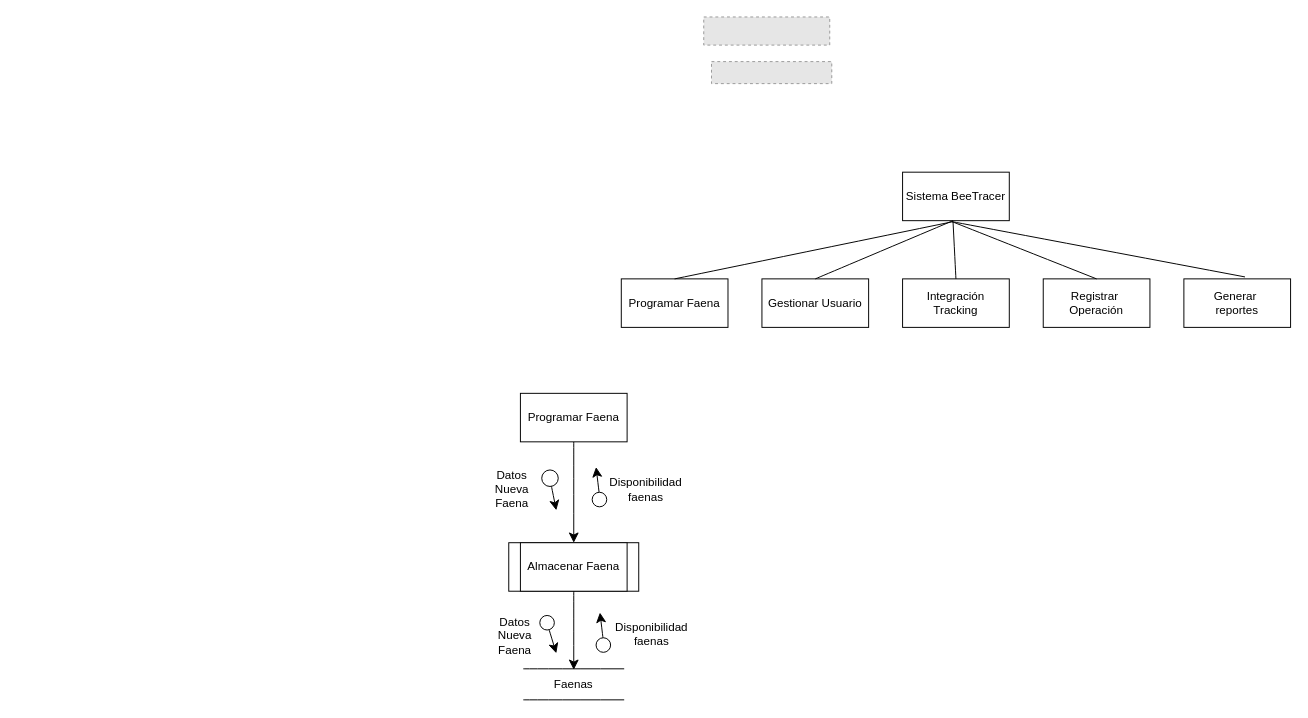
Before: Diagrama sin asd.drawio in Er0ZzZ/Tarea-1, a draw.io diagram. Source tidied: cells renumbered, new cells numbered last; positions are measured from the earlier drawing's top-left corner, leaving out a move shared by most shapes. Both pictures are drawn from the tidied source at 97%, with x=0, y=0 at pixel (487, 16). Pictures stored in the file or linked from it are replaced by grey dashed boxes.
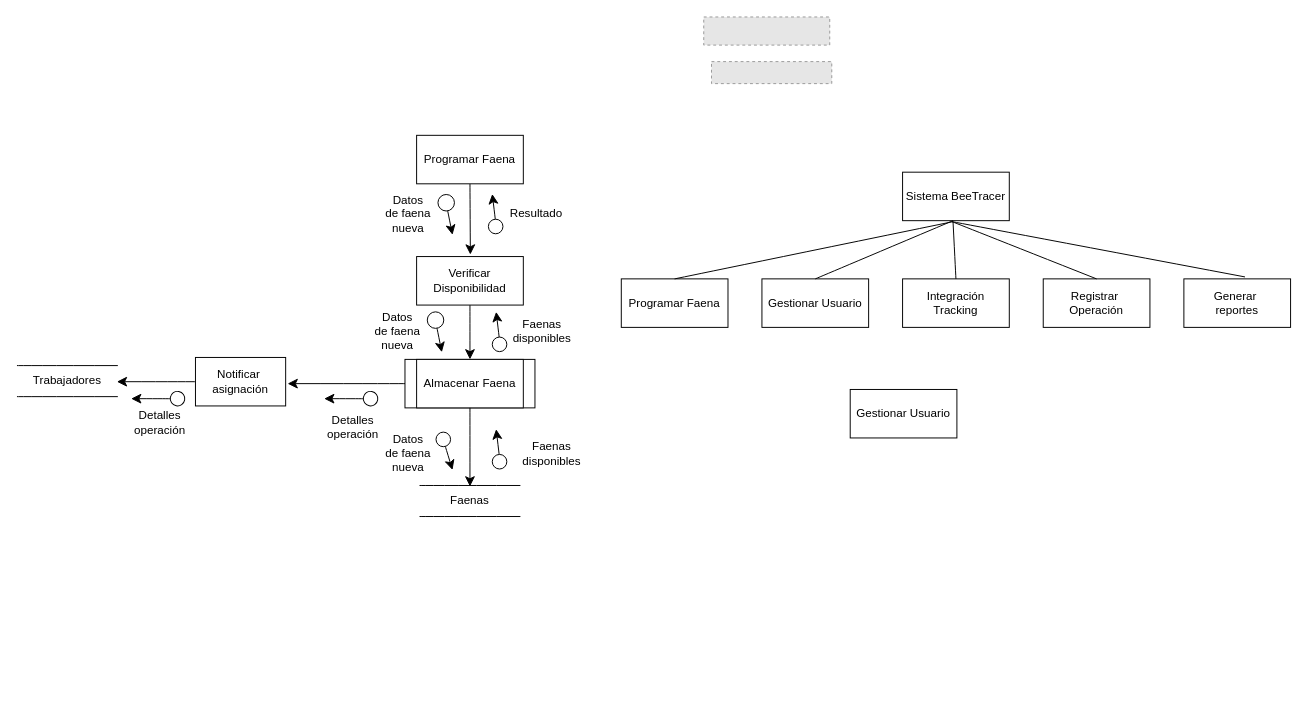
After the change.

Diff of the diagram source:
```diff
@@
+    <mxCell id="35" style="edgeStyle=none;curved=1;rounded=0;jettySize=auto;html=1;fontSize=12;startSize=8;endSize=8;" parent="1" edge="1" source="2">
+      <mxGeometry relative="1" as="geometry">
+        <mxPoint x="-206" y="378" as="targetPoint" />
+      </mxGeometry>
+    </mxCell>
     <mxCell id="2" style="rounded=0;whiteSpace=wrap;html=1;" parent="1" vertex="1">
-      <mxGeometry x="22" y="542" width="134" height="50" as="geometry" />
+      <mxGeometry x="-85" y="353" width="134" height="50" as="geometry" />
     </mxCell>
@@
-    <mxCell id="16" style="edgeStyle=none;curved=1;rounded=0;jettySize=auto;html=1;exitX=0.5;exitY=1;exitDx=0;exitDy=0;entryX=0.5;entryY=0;entryDx=0;entryDy=0;fontSize=12;startSize=8;endSize=8;" parent="1" edge="1" source="17" target="18">
-      <mxGeometry relative="1" as="geometry" />
-    </mxCell>
+    <mxCell id="36" style="edgeStyle=none;curved=1;rounded=0;jettySize=auto;html=1;exitX=0.5;exitY=1;exitDx=0;exitDy=0;fontSize=12;startSize=8;endSize=8;" parent="1" edge="1" source="17">
+      <mxGeometry relative="1" as="geometry">
+        <mxPoint x="-17.6" y="244.9" as="targetPoint" />
+      </mxGeometry>
+    </mxCell>
     <mxCell id="17" value="Programar Faena" style="html=1;whiteSpace=wrap;" parent="1" vertex="1">
-      <mxGeometry x="34" y="388" width="110" height="50" as="geometry" />
+      <mxGeometry x="-73" y="122" width="110" height="50" as="geometry" />
     </mxCell>
     <mxCell id="18" value="Almacenar Faena" style="html=1;whiteSpace=wrap;" parent="1" vertex="1">
-      <mxGeometry x="34" y="542" width="110" height="50" as="geometry" />
+      <mxGeometry x="-73" y="353" width="110" height="50" as="geometry" />
     </mxCell>
     <mxCell id="19" style="endArrow=none;html=1;rounded=0;fontSize=12;startSize=8;endSize=8;curved=1;" parent="1" edge="1">
       <mxGeometry relative="1" as="geometry">
-        <mxPoint x="37" y="672" as="sourcePoint" />
-        <mxPoint x="141" y="672" as="targetPoint" />
+        <mxPoint x="-70" y="483" as="sourcePoint" />
+        <mxPoint x="34" y="483" as="targetPoint" />
       </mxGeometry>
     </mxCell>
     <mxCell id="20" style="endArrow=none;html=1;rounded=0;fontSize=12;startSize=8;endSize=8;curved=1;" parent="1" edge="1">
       <mxGeometry relative="1" as="geometry">
-        <mxPoint x="37" y="704" as="sourcePoint" />
-        <mxPoint x="141" y="704" as="targetPoint" />
+        <mxPoint x="-70" y="515" as="sourcePoint" />
+        <mxPoint x="34" y="515" as="targetPoint" />
       </mxGeometry>
     </mxCell>
     <mxCell id="21" value="Faenas" style="text;html=1;whiteSpace=wrap;strokeColor=none;fillColor=none;align=center;verticalAlign=middle;rounded=0;" parent="1" vertex="1">
-      <mxGeometry x="59" y="673" width="60" height="30" as="geometry" />
+      <mxGeometry x="-48" y="484" width="60" height="30" as="geometry" />
     </mxCell>
@@
     <mxCell id="23" style="ellipse;whiteSpace=wrap;html=1;" parent="1" vertex="1">
-      <mxGeometry x="112" y="640" width="15" height="15" as="geometry" />
+      <mxGeometry x="5" y="451" width="15" height="15" as="geometry" />
     </mxCell>
     <mxCell id="24" style="endArrow=classic;html=1;rounded=0;fontSize=12;startSize=8;endSize=8;curved=1;" parent="1" edge="1">
       <mxGeometry relative="1" as="geometry">
-        <mxPoint x="119.1" y="640" as="sourcePoint" />
-        <mxPoint x="116" y="614" as="targetPoint" />
+        <mxPoint x="12.1" y="451" as="sourcePoint" />
+        <mxPoint x="9" y="425" as="targetPoint" />
       </mxGeometry>
     </mxCell>
     <mxCell id="25" style="edgeStyle=none;curved=1;rounded=0;jettySize=auto;html=1;fontSize=12;startSize=8;endSize=8;" parent="1" edge="1" source="26">
       <mxGeometry relative="1" as="geometry">
-        <mxPoint x="71" y="656" as="targetPoint" />
+        <mxPoint x="-36" y="467" as="targetPoint" />
       </mxGeometry>
     </mxCell>
     <mxCell id="26" style="ellipse;whiteSpace=wrap;html=1;" parent="1" vertex="1">
-      <mxGeometry x="54" y="617" width="15" height="15" as="geometry" />
+      <mxGeometry x="-53" y="428" width="15" height="15" as="geometry" />
     </mxCell>
-    <mxCell id="27" value="Datos Nueva Faena" style="text;html=1;whiteSpace=wrap;strokeColor=none;fillColor=none;align=center;verticalAlign=middle;rounded=0;" parent="1" vertex="1">
-      <mxGeometry x="3" y="628" width="51" height="20" as="geometry" />
-    </mxCell>
-    <mxCell id="28" value="Disponibilidad faenas" style="text;html=1;whiteSpace=wrap;strokeColor=none;fillColor=none;align=center;verticalAlign=middle;rounded=0;" parent="1" vertex="1">
-      <mxGeometry x="144" y="626" width="51" height="20" as="geometry" />
-    </mxCell>
-    <mxCell id="29" value="Disponibilidad faenas" style="text;html=1;whiteSpace=wrap;strokeColor=none;fillColor=none;align=center;verticalAlign=middle;rounded=0;" parent="1" vertex="1">
-      <mxGeometry x="138" y="477" width="51" height="20" as="geometry" />
-    </mxCell>
     <mxCell id="30" style="ellipse;whiteSpace=wrap;html=1;" parent="1" vertex="1">
-      <mxGeometry x="108" y="490" width="15" height="15" as="geometry" />
+      <mxGeometry x="1" y="208.5" width="15" height="15" as="geometry" />
     </mxCell>
     <mxCell id="31" style="endArrow=classic;html=1;rounded=0;fontSize=12;startSize=8;endSize=8;curved=1;" parent="1" edge="1">
       <mxGeometry relative="1" as="geometry">
-        <mxPoint x="115.1" y="490" as="sourcePoint" />
-        <mxPoint x="112" y="464" as="targetPoint" />
+        <mxPoint x="8.1" y="208.5" as="sourcePoint" />
+        <mxPoint x="5" y="182.5" as="targetPoint" />
       </mxGeometry>
     </mxCell>
-    <mxCell id="32" value="Datos Nueva Faena" style="text;html=1;whiteSpace=wrap;strokeColor=none;fillColor=none;align=center;verticalAlign=middle;rounded=0;" parent="1" vertex="1">
-      <mxGeometry y="477" width="51" height="20" as="geometry" />
+    <mxCell id="32" value="Datos&lt;div&gt;de faena&lt;/div&gt;&lt;div&gt;nueva&lt;/div&gt;" style="text;html=1;whiteSpace=wrap;strokeColor=none;fillColor=none;align=center;verticalAlign=middle;rounded=0;" parent="1" vertex="1">
+      <mxGeometry x="-107" y="193" width="51" height="20" as="geometry" />
     </mxCell>
     <mxCell id="33" style="edgeStyle=none;curved=1;rounded=0;jettySize=auto;html=1;fontSize=12;startSize=8;endSize=8;" parent="1" edge="1" source="34">
       <mxGeometry relative="1" as="geometry">
-        <mxPoint x="71" y="508.6" as="targetPoint" />
+        <mxPoint x="-36" y="224.6" as="targetPoint" />
       </mxGeometry>
     </mxCell>
     <mxCell id="34" style="ellipse;whiteSpace=wrap;html=1;" parent="1" vertex="1">
-      <mxGeometry x="56" y="467" width="17" height="17" as="geometry" />
+      <mxGeometry x="-51" y="183" width="17" height="17" as="geometry" />
     </mxCell>
+    <mxCell id="37" value="Gestionar Usuario" style="html=1;whiteSpace=wrap;" parent="1" vertex="1">
+      <mxGeometry x="374" y="384" width="110" height="50" as="geometry" />
+    </mxCell>
+    <mxCell id="38" value="Datos&lt;div&gt;de faena&lt;/div&gt;&lt;div&gt;nueva&lt;/div&gt;" style="text;html=1;whiteSpace=wrap;strokeColor=none;fillColor=none;align=center;verticalAlign=middle;rounded=0;" parent="1" vertex="1">
+      <mxGeometry x="-107" y="440" width="51" height="20" as="geometry" />
+    </mxCell>
+    <mxCell id="39" value="Faenas&lt;div&gt;disponibles&lt;/div&gt;" style="text;html=1;whiteSpace=wrap;strokeColor=none;fillColor=none;align=center;verticalAlign=middle;rounded=0;" parent="1" vertex="1">
+      <mxGeometry x="41" y="440" width="51" height="20" as="geometry" />
+    </mxCell>
+    <mxCell id="40" style="edgeStyle=none;curved=1;rounded=0;jettySize=auto;html=1;exitX=0.5;exitY=1;exitDx=0;exitDy=0;entryX=0.5;entryY=0;entryDx=0;entryDy=0;fontSize=12;startSize=8;endSize=8;" parent="1" edge="1" source="41" target="18">
+      <mxGeometry relative="1" as="geometry" />
+    </mxCell>
+    <mxCell id="41" value="Verificar Disponibilidad" style="html=1;whiteSpace=wrap;" parent="1" vertex="1">
+      <mxGeometry x="-73" y="247" width="110" height="50" as="geometry" />
+    </mxCell>
+    <mxCell id="42" value="Datos&lt;div&gt;de faena&lt;/div&gt;&lt;div&gt;nueva&lt;/div&gt;" style="text;html=1;whiteSpace=wrap;strokeColor=none;fillColor=none;align=center;verticalAlign=middle;rounded=0;" parent="1" vertex="1">
+      <mxGeometry x="-118" y="314" width="51" height="20" as="geometry" />
+    </mxCell>
+    <mxCell id="43" style="edgeStyle=none;curved=1;rounded=0;jettySize=auto;html=1;fontSize=12;startSize=8;endSize=8;" parent="1" edge="1" source="44">
+      <mxGeometry relative="1" as="geometry">
+        <mxPoint x="-47" y="345.6" as="targetPoint" />
+      </mxGeometry>
+    </mxCell>
+    <mxCell id="44" style="ellipse;whiteSpace=wrap;html=1;" parent="1" vertex="1">
+      <mxGeometry x="-62" y="304" width="17" height="17" as="geometry" />
+    </mxCell>
+    <mxCell id="45" style="ellipse;whiteSpace=wrap;html=1;" parent="1" vertex="1">
+      <mxGeometry x="5" y="330" width="15" height="15" as="geometry" />
+    </mxCell>
+    <mxCell id="46" style="endArrow=classic;html=1;rounded=0;fontSize=12;startSize=8;endSize=8;curved=1;" parent="1" edge="1">
+      <mxGeometry relative="1" as="geometry">
+        <mxPoint x="12.1" y="330" as="sourcePoint" />
+        <mxPoint x="9" y="304" as="targetPoint" />
+      </mxGeometry>
+    </mxCell>
+    <mxCell id="47" value="Faenas&lt;div&gt;disponibles&lt;/div&gt;" style="text;html=1;whiteSpace=wrap;strokeColor=none;fillColor=none;align=center;verticalAlign=middle;rounded=0;" parent="1" vertex="1">
+      <mxGeometry x="31" y="314" width="51" height="20" as="geometry" />
+    </mxCell>
+    <mxCell id="48" value="Resultado" style="text;html=1;whiteSpace=wrap;strokeColor=none;fillColor=none;align=center;verticalAlign=middle;rounded=0;" parent="1" vertex="1">
+      <mxGeometry x="25" y="193" width="51" height="20" as="geometry" />
+    </mxCell>
+    <mxCell id="49" style="edgeStyle=none;curved=1;rounded=0;jettySize=auto;html=1;fontSize=12;startSize=8;endSize=8;" parent="1" edge="1" source="50">
+      <mxGeometry relative="1" as="geometry">
+        <mxPoint x="-382" y="376" as="targetPoint" />
+      </mxGeometry>
+    </mxCell>
+    <mxCell id="50" value="Notificar&amp;nbsp;&lt;div&gt;asignación&lt;/div&gt;" style="html=1;whiteSpace=wrap;" parent="1" vertex="1">
+      <mxGeometry x="-301" y="351" width="93" height="50" as="geometry" />
+    </mxCell>
+    <mxCell id="51" style="edgeStyle=none;curved=1;rounded=0;jettySize=auto;html=1;fontSize=12;startSize=8;endSize=8;" parent="1" edge="1" source="52">
+      <mxGeometry relative="1" as="geometry">
+        <mxPoint x="-168.3" y="393.5" as="targetPoint" />
+      </mxGeometry>
+    </mxCell>
+    <mxCell id="52" style="ellipse;whiteSpace=wrap;html=1;rotation=-35;" parent="1" vertex="1">
+      <mxGeometry x="-128" y="386" width="15" height="15" as="geometry" />
+    </mxCell>
+    <mxCell id="53" style="endArrow=none;html=1;rounded=0;fontSize=12;startSize=8;endSize=8;curved=1;" parent="1" edge="1">
+      <mxGeometry relative="1" as="geometry">
+        <mxPoint x="-485" y="359.4" as="sourcePoint" />
+        <mxPoint x="-381" y="359.4" as="targetPoint" />
+      </mxGeometry>
+    </mxCell>
+    <mxCell id="54" style="endArrow=none;html=1;rounded=0;fontSize=12;startSize=8;endSize=8;curved=1;" parent="1" edge="1">
+      <mxGeometry relative="1" as="geometry">
+        <mxPoint x="-485" y="391.4" as="sourcePoint" />
+        <mxPoint x="-381" y="391.4" as="targetPoint" />
+      </mxGeometry>
+    </mxCell>
+    <mxCell id="55" value="Trabajadores" style="text;html=1;whiteSpace=wrap;strokeColor=none;fillColor=none;align=center;verticalAlign=middle;rounded=0;" parent="1" vertex="1">
+      <mxGeometry x="-463" y="360.4" width="60" height="30" as="geometry" />
+    </mxCell>
+    <mxCell id="56" value="Detalles operación" style="text;html=1;whiteSpace=wrap;strokeColor=none;fillColor=none;align=center;verticalAlign=middle;rounded=0;" parent="1" vertex="1">
+      <mxGeometry x="-363" y="408" width="51" height="20" as="geometry" />
+    </mxCell>
+    <mxCell id="57" value="Detalles operación" style="text;html=1;whiteSpace=wrap;strokeColor=none;fillColor=none;align=center;verticalAlign=middle;rounded=0;" parent="1" vertex="1">
+      <mxGeometry x="-164" y="413" width="51" height="20" as="geometry" />
+    </mxCell>
+    <mxCell id="58" style="edgeStyle=none;curved=1;rounded=0;jettySize=auto;html=1;fontSize=12;startSize=8;endSize=8;" parent="1" edge="1" source="59">
+      <mxGeometry relative="1" as="geometry">
+        <mxPoint x="-367.3" y="393.5" as="targetPoint" />
+      </mxGeometry>
+    </mxCell>
+    <mxCell id="59" style="ellipse;whiteSpace=wrap;html=1;rotation=-35;" parent="1" vertex="1">
+      <mxGeometry x="-327" y="386" width="15" height="15" as="geometry" />
+    </mxCell>
```
